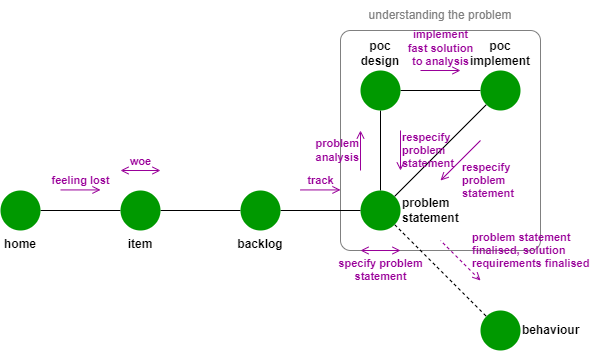
Above: docs/sphinx/static/img/poc-flow.png in lifespline/agile (draw.io), before the change. Source tidied: cells renumbered, new cells last; positions are measured from the earlier drawing's top-left corner, leaving out a move shared by most shapes. Its diagram source:
```xml
<mxGraphModel>
  <root>
    <mxCell id="0" />
    <mxCell id="1" parent="0" />
    <mxCell id="2" style="rounded=1;whiteSpace=wrap;html=1;fontColor=#FFFF00;fillColor=default;strokeColor=#808080;arcSize=5;" parent="1" vertex="1">
      <mxGeometry x="340" y="30" width="200" height="220" as="geometry" />
    </mxCell>
    <mxCell id="3" style="edgeStyle=none;html=1;endArrow=none;endFill=0;fontStyle=1;" parent="1" edge="1" source="4" target="6">
      <mxGeometry relative="1" as="geometry" />
    </mxCell>
    <mxCell id="4" value="&lt;b&gt;home&lt;/b&gt;" style="ellipse;whiteSpace=wrap;html=1;strokeColor=none;fillColor=#009900;verticalAlign=top;labelPosition=center;verticalLabelPosition=bottom;align=center;" parent="1" vertex="1">
      <mxGeometry y="190" width="40" height="40" as="geometry" />
    </mxCell>
    <mxCell id="5" style="edgeStyle=none;html=1;endArrow=none;endFill=0;fontStyle=1;" parent="1" edge="1" source="6" target="26">
      <mxGeometry relative="1" as="geometry" />
    </mxCell>
    <mxCell id="6" value="&lt;b&gt;item&lt;/b&gt;" style="ellipse;whiteSpace=wrap;html=1;strokeColor=none;fillColor=#009900;verticalAlign=top;labelPosition=center;verticalLabelPosition=bottom;align=center;" parent="1" vertex="1">
      <mxGeometry x="120" y="190" width="40" height="40" as="geometry" />
    </mxCell>
    <mxCell id="7" style="edgeStyle=none;html=1;endArrow=none;endFill=0;fontStyle=1;" parent="1" edge="1" source="9" target="11">
      <mxGeometry relative="1" as="geometry" />
    </mxCell>
    <mxCell id="8" style="edgeStyle=none;html=1;endArrow=none;endFill=0;dashed=1;fontStyle=1;" parent="1" edge="1" source="9" target="14">
      <mxGeometry relative="1" as="geometry" />
    </mxCell>
    <mxCell id="9" value="&lt;b&gt;problem&lt;br&gt;statement&lt;br&gt;&lt;/b&gt;" style="ellipse;whiteSpace=wrap;html=1;strokeColor=none;fillColor=#009900;verticalAlign=middle;labelPosition=right;verticalLabelPosition=middle;align=left;" parent="1" vertex="1">
      <mxGeometry x="360" y="190" width="40" height="40" as="geometry" />
    </mxCell>
    <mxCell id="10" style="edgeStyle=none;html=1;endArrow=none;endFill=0;fontStyle=1;" parent="1" edge="1" source="11" target="13">
      <mxGeometry relative="1" as="geometry" />
    </mxCell>
    <mxCell id="11" value="&lt;b&gt;poc design&lt;/b&gt;" style="ellipse;whiteSpace=wrap;html=1;strokeColor=none;fillColor=#009900;verticalAlign=bottom;labelPosition=center;verticalLabelPosition=top;align=center;" parent="1" vertex="1">
      <mxGeometry x="360" y="70" width="40" height="40" as="geometry" />
    </mxCell>
    <mxCell id="12" style="edgeStyle=none;html=1;endArrow=none;endFill=0;fontStyle=1;" parent="1" edge="1" source="13" target="9">
      <mxGeometry relative="1" as="geometry" />
    </mxCell>
    <mxCell id="13" value="&lt;b&gt;poc&lt;br&gt;implement&lt;br&gt;&lt;/b&gt;" style="ellipse;whiteSpace=wrap;html=1;strokeColor=none;fillColor=#009900;verticalAlign=bottom;labelPosition=center;verticalLabelPosition=top;align=center;" parent="1" vertex="1">
      <mxGeometry x="480" y="70" width="40" height="40" as="geometry" />
    </mxCell>
    <mxCell id="14" value="&lt;b&gt;behaviour&lt;br&gt;&lt;/b&gt;" style="ellipse;whiteSpace=wrap;html=1;strokeColor=none;fillColor=#009900;verticalAlign=middle;labelPosition=right;verticalLabelPosition=middle;align=left;" parent="1" vertex="1">
      <mxGeometry x="480" y="310" width="40" height="40" as="geometry" />
    </mxCell>
    <mxCell id="15" value="feeling lost" style="endArrow=open;html=1;endFill=0;verticalAlign=bottom;labelBackgroundColor=none;fontColor=#990099;strokeColor=#990099;fontStyle=1;" parent="1" edge="1">
      <mxGeometry relative="1" as="geometry">
        <mxPoint x="60" y="189.4" as="sourcePoint" />
        <mxPoint x="100" y="189.4" as="targetPoint" />
      </mxGeometry>
    </mxCell>
    <mxCell id="16" value="woe" style="endArrow=open;html=1;endFill=0;verticalAlign=bottom;labelBackgroundColor=none;fontColor=#990099;strokeColor=#990099;startArrow=open;startFill=0;fontStyle=1;" parent="1" edge="1">
      <mxGeometry relative="1" as="geometry">
        <mxPoint x="120" y="170" as="sourcePoint" />
        <mxPoint x="160" y="170" as="targetPoint" />
      </mxGeometry>
    </mxCell>
    <mxCell id="17" value="track" style="endArrow=open;html=1;endFill=0;verticalAlign=bottom;labelBackgroundColor=none;fontColor=#990099;strokeColor=#990099;fontStyle=1;" parent="1" edge="1">
      <mxGeometry relative="1" as="geometry">
        <mxPoint x="300" y="189.4" as="sourcePoint" />
        <mxPoint x="340" y="189.4" as="targetPoint" />
      </mxGeometry>
    </mxCell>
    <mxCell id="18" value="understanding the problem" style="text;html=1;strokeColor=none;fillColor=none;align=center;verticalAlign=middle;whiteSpace=wrap;rounded=0;dashed=1;fontColor=#808080;" parent="1" vertex="1">
      <mxGeometry x="360" width="160" height="30" as="geometry" />
    </mxCell>
    <mxCell id="19" value="specify&amp;nbsp;problem&lt;br&gt;statement" style="endArrow=open;html=1;endFill=0;verticalAlign=top;labelBackgroundColor=none;fontColor=#990099;strokeColor=#990099;startArrow=open;startFill=0;labelPosition=center;verticalLabelPosition=bottom;align=center;fontStyle=1;" parent="1" edge="1">
      <mxGeometry relative="1" as="geometry">
        <mxPoint x="360" y="250" as="sourcePoint" />
        <mxPoint x="400" y="250" as="targetPoint" />
      </mxGeometry>
    </mxCell>
    <mxCell id="20" value="problem&lt;br&gt;analysis" style="endArrow=open;html=1;endFill=0;verticalAlign=middle;labelBackgroundColor=none;fontColor=#990099;strokeColor=#990099;labelPosition=left;verticalLabelPosition=middle;align=right;fontStyle=1;" parent="1" edge="1">
      <mxGeometry relative="1" as="geometry">
        <mxPoint x="360" y="170" as="sourcePoint" />
        <mxPoint x="360" y="130" as="targetPoint" />
      </mxGeometry>
    </mxCell>
    <mxCell id="21" value="implement&lt;br&gt;fast solution&lt;br&gt;to&amp;nbsp;analysis" style="endArrow=open;html=1;endFill=0;verticalAlign=bottom;labelBackgroundColor=none;fontColor=#990099;strokeColor=#990099;fontStyle=1;" parent="1" edge="1">
      <mxGeometry relative="1" as="geometry">
        <mxPoint x="420" y="70" as="sourcePoint" />
        <mxPoint x="460" y="70" as="targetPoint" />
      </mxGeometry>
    </mxCell>
    <mxCell id="22" value="respecify&lt;br&gt;problem&amp;nbsp;&lt;br&gt;statement" style="endArrow=none;html=1;endFill=0;verticalAlign=middle;labelBackgroundColor=none;fontColor=#990099;strokeColor=#990099;labelPosition=right;verticalLabelPosition=middle;align=left;startArrow=open;startFill=0;fontStyle=1;" parent="1" edge="1">
      <mxGeometry relative="1" as="geometry">
        <mxPoint x="400" y="170" as="sourcePoint" />
        <mxPoint x="400" y="130" as="targetPoint" />
      </mxGeometry>
    </mxCell>
    <mxCell id="23" value="respecify&lt;br&gt;problem&amp;nbsp;&lt;br&gt;statement" style="endArrow=none;html=1;endFill=0;verticalAlign=middle;labelBackgroundColor=none;fontColor=#990099;strokeColor=#990099;labelPosition=right;verticalLabelPosition=middle;align=left;startArrow=open;startFill=0;fontStyle=1;" parent="1" edge="1">
      <mxGeometry x="-0.5" y="-14" relative="1" as="geometry">
        <mxPoint x="440" y="180" as="sourcePoint" />
        <mxPoint x="480" y="140" as="targetPoint" />
      </mxGeometry>
    </mxCell>
    <mxCell id="24" value="problem statement&lt;br&gt;finalised, solution&lt;br&gt;requirements finalised" style="endArrow=none;html=1;endFill=0;verticalAlign=middle;labelBackgroundColor=none;fontColor=#990099;strokeColor=#990099;labelPosition=right;verticalLabelPosition=middle;align=left;startArrow=open;startFill=0;dashed=1;fontStyle=1;" parent="1" edge="1">
      <mxGeometry y="-14" relative="1" as="geometry">
        <mxPoint x="480" y="280" as="sourcePoint" />
        <mxPoint x="440" y="240" as="targetPoint" />
      </mxGeometry>
    </mxCell>
    <mxCell id="25" style="edgeStyle=none;html=1;endArrow=none;endFill=0;" parent="1" edge="1" source="26" target="9">
      <mxGeometry relative="1" as="geometry" />
    </mxCell>
    <mxCell id="26" value="&lt;b&gt;backlog&lt;/b&gt;" style="ellipse;whiteSpace=wrap;html=1;strokeColor=none;fillColor=#009900;verticalAlign=top;labelPosition=center;verticalLabelPosition=bottom;align=center;" parent="1" vertex="1">
      <mxGeometry x="240" y="190" width="40" height="40" as="geometry" />
    </mxCell>
  </root>
</mxGraphModel>
```
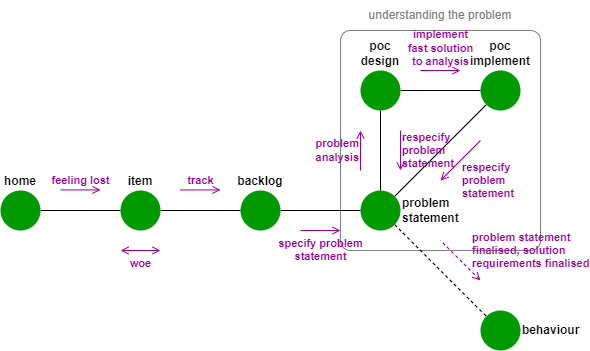
After the change.

Commit message:
doc: finalize behaviour specification for problem analysis flow

Change to the diagram source:
```diff
@@ -8,13 +8,13 @@
     <mxCell id="3" style="edgeStyle=none;html=1;endArrow=none;endFill=0;fontStyle=1;" parent="1" edge="1" source="4" target="6">
       <mxGeometry relative="1" as="geometry" />
     </mxCell>
-    <mxCell id="4" value="&lt;b&gt;home&lt;/b&gt;" style="ellipse;whiteSpace=wrap;html=1;strokeColor=none;fillColor=#009900;verticalAlign=top;labelPosition=center;verticalLabelPosition=bottom;align=center;" parent="1" vertex="1">
+    <mxCell id="4" value="&lt;b&gt;home&lt;/b&gt;" style="ellipse;whiteSpace=wrap;html=1;strokeColor=none;fillColor=#009900;verticalAlign=bottom;labelPosition=center;verticalLabelPosition=top;align=center;" parent="1" vertex="1">
       <mxGeometry y="190" width="40" height="40" as="geometry" />
     </mxCell>
     <mxCell id="5" style="edgeStyle=none;html=1;endArrow=none;endFill=0;fontStyle=1;" parent="1" edge="1" source="6" target="26">
       <mxGeometry relative="1" as="geometry" />
     </mxCell>
-    <mxCell id="6" value="&lt;b&gt;item&lt;/b&gt;" style="ellipse;whiteSpace=wrap;html=1;strokeColor=none;fillColor=#009900;verticalAlign=top;labelPosition=center;verticalLabelPosition=bottom;align=center;" parent="1" vertex="1">
+    <mxCell id="6" value="&lt;b&gt;item&lt;/b&gt;" style="ellipse;whiteSpace=wrap;html=1;strokeColor=none;fillColor=#009900;verticalAlign=bottom;labelPosition=center;verticalLabelPosition=top;align=center;" parent="1" vertex="1">
       <mxGeometry x="120" y="190" width="40" height="40" as="geometry" />
     </mxCell>
     <mxCell id="7" style="edgeStyle=none;html=1;endArrow=none;endFill=0;fontStyle=1;" parent="1" edge="1" source="9" target="11">
@@ -47,25 +47,25 @@
         <mxPoint x="100" y="189.4" as="targetPoint" />
       </mxGeometry>
     </mxCell>
-    <mxCell id="16" value="woe" style="endArrow=open;html=1;endFill=0;verticalAlign=bottom;labelBackgroundColor=none;fontColor=#990099;strokeColor=#990099;startArrow=open;startFill=0;fontStyle=1;" parent="1" edge="1">
+    <mxCell id="16" value="woe" style="endArrow=open;html=1;endFill=0;verticalAlign=top;labelBackgroundColor=none;fontColor=#990099;strokeColor=#990099;startArrow=open;startFill=0;fontStyle=1;labelPosition=center;verticalLabelPosition=bottom;align=center;" parent="1" edge="1">
       <mxGeometry relative="1" as="geometry">
-        <mxPoint x="120" y="170" as="sourcePoint" />
-        <mxPoint x="160" y="170" as="targetPoint" />
+        <mxPoint x="120" y="250" as="sourcePoint" />
+        <mxPoint x="160" y="250" as="targetPoint" />
       </mxGeometry>
     </mxCell>
     <mxCell id="17" value="track" style="endArrow=open;html=1;endFill=0;verticalAlign=bottom;labelBackgroundColor=none;fontColor=#990099;strokeColor=#990099;fontStyle=1;" parent="1" edge="1">
       <mxGeometry relative="1" as="geometry">
-        <mxPoint x="300" y="189.4" as="sourcePoint" />
-        <mxPoint x="340" y="189.4" as="targetPoint" />
+        <mxPoint x="180" y="189.4" as="sourcePoint" />
+        <mxPoint x="220" y="189.4" as="targetPoint" />
       </mxGeometry>
     </mxCell>
     <mxCell id="18" value="understanding the problem" style="text;html=1;strokeColor=none;fillColor=none;align=center;verticalAlign=middle;whiteSpace=wrap;rounded=0;dashed=1;fontColor=#808080;" parent="1" vertex="1">
       <mxGeometry x="360" width="160" height="30" as="geometry" />
     </mxCell>
-    <mxCell id="19" value="specify&amp;nbsp;problem&lt;br&gt;statement" style="endArrow=open;html=1;endFill=0;verticalAlign=top;labelBackgroundColor=none;fontColor=#990099;strokeColor=#990099;startArrow=open;startFill=0;labelPosition=center;verticalLabelPosition=bottom;align=center;fontStyle=1;" parent="1" edge="1">
+    <mxCell id="19" value="specify&amp;nbsp;problem&lt;br&gt;statement" style="endArrow=open;html=1;endFill=0;verticalAlign=top;labelBackgroundColor=none;fontColor=#990099;strokeColor=#990099;startArrow=none;startFill=0;labelPosition=center;verticalLabelPosition=bottom;align=center;fontStyle=1;" parent="1" edge="1">
       <mxGeometry relative="1" as="geometry">
-        <mxPoint x="360" y="250" as="sourcePoint" />
-        <mxPoint x="400" y="250" as="targetPoint" />
+        <mxPoint x="300" y="230" as="sourcePoint" />
+        <mxPoint x="340" y="230" as="targetPoint" />
       </mxGeometry>
     </mxCell>
     <mxCell id="20" value="problem&lt;br&gt;analysis" style="endArrow=open;html=1;endFill=0;verticalAlign=middle;labelBackgroundColor=none;fontColor=#990099;strokeColor=#990099;labelPosition=left;verticalLabelPosition=middle;align=right;fontStyle=1;" parent="1" edge="1">
@@ -101,7 +101,7 @@
     <mxCell id="25" style="edgeStyle=none;html=1;endArrow=none;endFill=0;" parent="1" edge="1" source="26" target="9">
       <mxGeometry relative="1" as="geometry" />
     </mxCell>
-    <mxCell id="26" value="&lt;b&gt;backlog&lt;/b&gt;" style="ellipse;whiteSpace=wrap;html=1;strokeColor=none;fillColor=#009900;verticalAlign=top;labelPosition=center;verticalLabelPosition=bottom;align=center;" parent="1" vertex="1">
+    <mxCell id="26" value="&lt;b&gt;backlog&lt;/b&gt;" style="ellipse;whiteSpace=wrap;html=1;strokeColor=none;fillColor=#009900;verticalAlign=bottom;labelPosition=center;verticalLabelPosition=top;align=center;" parent="1" vertex="1">
       <mxGeometry x="240" y="190" width="40" height="40" as="geometry" />
     </mxCell>
   </root>
```
